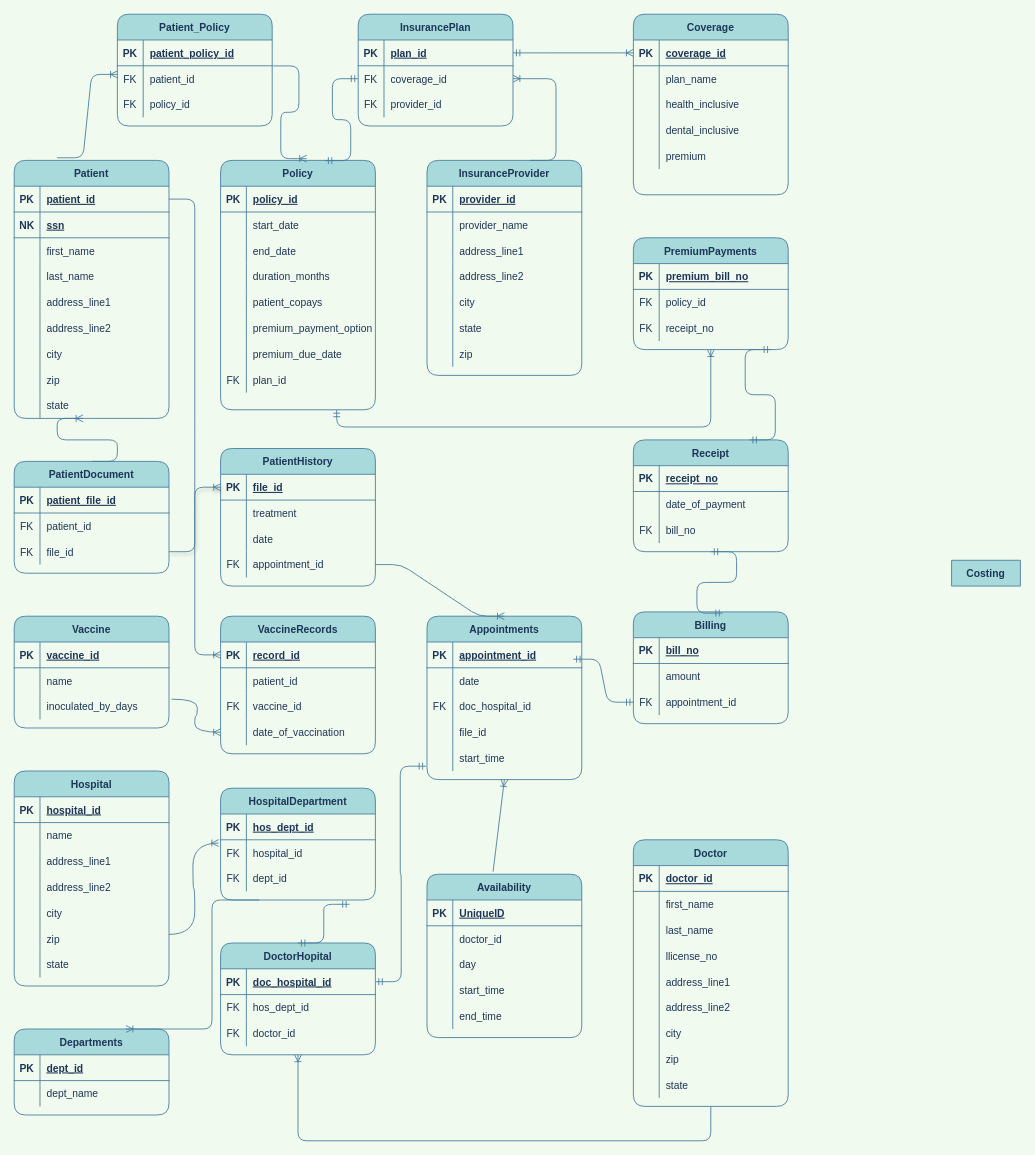
Earlier version of the draw.io diagram Untitled Diagram.drawio (pranotidhabu/java-practice). Source tidied: cells renumbered, new cells numbered last; positions are measured from the earlier drawing's top-left corner, leaving out a move shared by most shapes. Both pictures are drawn from the tidied source at 86%, with x=0, y=0 at pixel (14, 14).
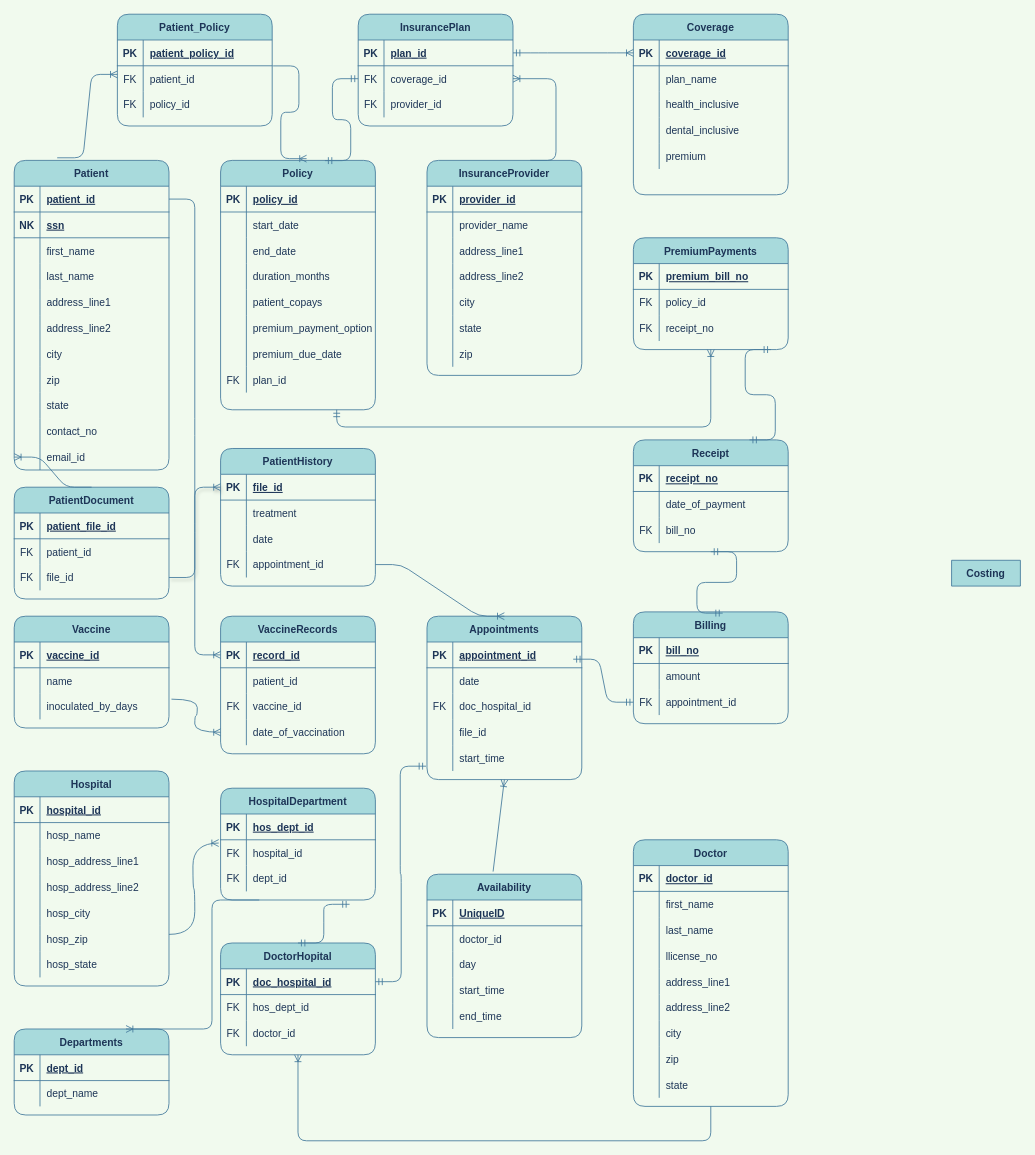
The same diagram, later.

Unchanged cells that the change refers to:
```xml
<mxCell id="210" style="shape=tableRow;horizontal=0;startSize=0;swimlaneHead=0;swimlaneBody=0;fillColor=none;top=0;left=0;right=0;bottom=0;rounded=1;fontFamily=Helvetica;fontSize=12;fontColor=#1D3557;strokeColor=#457B9D;" parent="206" vertex="1">
  <mxGeometry y="60" width="180" height="30" as="geometry" />
</mxCell>
<mxCell id="213" style="shape=tableRow;horizontal=0;startSize=0;swimlaneHead=0;swimlaneBody=0;fillColor=none;top=0;left=0;right=0;bottom=0;rounded=1;fontFamily=Helvetica;fontSize=12;fontColor=#1D3557;strokeColor=#457B9D;" parent="206" vertex="1">
  <mxGeometry y="90" width="180" height="30" as="geometry" />
</mxCell>
<mxCell id="216" style="shape=tableRow;horizontal=0;startSize=0;swimlaneHead=0;swimlaneBody=0;fillColor=none;top=0;left=0;right=0;bottom=0;rounded=1;fontFamily=Helvetica;fontSize=12;fontColor=#1D3557;strokeColor=#457B9D;" parent="206" vertex="1">
  <mxGeometry y="120" width="180" height="30" as="geometry" />
</mxCell>
<mxCell id="219" style="shape=tableRow;horizontal=0;startSize=0;swimlaneHead=0;swimlaneBody=0;fillColor=none;top=0;left=0;right=0;bottom=0;rounded=1;fontFamily=Helvetica;fontSize=12;fontColor=#1D3557;strokeColor=#457B9D;" parent="206" vertex="1">
  <mxGeometry y="150" width="180" height="30" as="geometry" />
</mxCell>
<mxCell id="222" style="shape=tableRow;horizontal=0;startSize=0;swimlaneHead=0;swimlaneBody=0;fillColor=none;top=0;left=0;right=0;bottom=0;rounded=1;fontFamily=Helvetica;fontSize=12;fontColor=#1D3557;strokeColor=#457B9D;" parent="206" vertex="1">
  <mxGeometry y="180" width="180" height="30" as="geometry" />
</mxCell>
<mxCell id="225" style="shape=tableRow;horizontal=0;startSize=0;swimlaneHead=0;swimlaneBody=0;fillColor=none;top=0;left=0;right=0;bottom=0;rounded=1;fontFamily=Helvetica;fontSize=12;fontColor=#1D3557;strokeColor=#457B9D;" parent="206" vertex="1">
  <mxGeometry y="210" width="180" height="30" as="geometry" />
</mxCell>
```

Change to the diagram source:
```diff
@@
     <mxCell id="2" value="Patient" style="shape=table;startSize=30;childLayout=tableLayout;rowLines=0;fontStyle=1;align=center;fillColor=#A8DADC;strokeColor=#457B9D;fontColor=#1D3557;rounded=1;" parent="1" vertex="1">
-      <mxGeometry y="170" width="180" height="300" as="geometry" />
+      <mxGeometry y="170" width="180" height="360" as="geometry" />
     </mxCell>
@@
+    <mxCell id="320" style="shape=tableRow;horizontal=0;startSize=0;swimlaneHead=0;swimlaneBody=0;fillColor=none;top=0;left=0;right=0;bottom=0;strokeColor=#457B9D;fontColor=#1D3557;rounded=1;" parent="2" vertex="1">
+      <mxGeometry y="300" width="180" height="30" as="geometry" />
+    </mxCell>
+    <mxCell id="321" style="shape=partialRectangle;fillColor=none;top=0;left=0;bottom=0;right=0;overflow=hidden;strokeColor=#457B9D;fontColor=#1D3557;rounded=1;" parent="320" vertex="1">
+      <mxGeometry width="30" height="30" as="geometry" />
+    </mxCell>
+    <mxCell id="322" value="contact_no" style="shape=partialRectangle;fillColor=none;top=0;left=0;bottom=0;right=0;align=left;spacingLeft=6;overflow=hidden;strokeColor=#457B9D;fontColor=#1D3557;rounded=1;" parent="320" vertex="1">
+      <mxGeometry x="30" width="150" height="30" as="geometry" />
+    </mxCell>
+    <mxCell id="323" style="shape=tableRow;horizontal=0;startSize=0;swimlaneHead=0;swimlaneBody=0;fillColor=none;points=[[0,0.5],[1,0.5]];portConstraint=eastwest;top=0;left=0;right=0;bottom=0;strokeColor=#457B9D;fontColor=#1D3557;rounded=1;" parent="2" vertex="1">
+      <mxGeometry y="330" width="180" height="30" as="geometry" />
+    </mxCell>
+    <mxCell id="324" style="shape=partialRectangle;fillColor=none;top=0;left=0;bottom=0;right=0;overflow=hidden;strokeColor=#457B9D;fontColor=#1D3557;rounded=1;" parent="323" vertex="1">
+      <mxGeometry width="30" height="30" as="geometry" />
+    </mxCell>
+    <mxCell id="325" value="email_id" style="shape=partialRectangle;fillColor=none;top=0;left=0;bottom=0;right=0;align=left;spacingLeft=6;overflow=hidden;strokeColor=#457B9D;fontColor=#1D3557;rounded=1;" parent="323" vertex="1">
+      <mxGeometry x="30" width="150" height="30" as="geometry" />
+    </mxCell>
@@
     <mxCell id="123" value="PatientDocument" style="shape=table;startSize=30;childLayout=tableLayout;rowLines=0;fontStyle=1;align=center;fillColor=#A8DADC;strokeColor=#457B9D;fontColor=#1D3557;rounded=1;" parent="1" vertex="1">
-      <mxGeometry y="520" width="180" height="130" as="geometry" />
+      <mxGeometry y="550" width="180" height="130" as="geometry" />
     </mxCell>
@@
-    <mxCell id="212" value="name" style="shape=partialRectangle;fillColor=none;top=0;left=0;bottom=0;right=0;align=left;spacingLeft=6;overflow=hidden;rounded=1;fontFamily=Helvetica;fontSize=12;fontColor=#1D3557;startSize=30;strokeColor=#457B9D;" parent="210" vertex="1">
+    <mxCell id="212" value="hosp_name" style="shape=partialRectangle;fillColor=none;top=0;left=0;bottom=0;right=0;align=left;spacingLeft=6;overflow=hidden;rounded=1;fontFamily=Helvetica;fontSize=12;fontColor=#1D3557;startSize=30;strokeColor=#457B9D;" parent="210" vertex="1">
       <mxGeometry x="30" width="150" height="30" as="geometry" />
     </mxCell>
@@
-    <mxCell id="215" value="address_line1" style="shape=partialRectangle;fillColor=none;top=0;left=0;bottom=0;right=0;align=left;spacingLeft=6;overflow=hidden;rounded=1;fontFamily=Helvetica;fontSize=12;fontColor=#1D3557;startSize=30;strokeColor=#457B9D;" parent="213" vertex="1">
+    <mxCell id="215" value="hosp_address_line1" style="shape=partialRectangle;fillColor=none;top=0;left=0;bottom=0;right=0;align=left;spacingLeft=6;overflow=hidden;rounded=1;fontFamily=Helvetica;fontSize=12;fontColor=#1D3557;startSize=30;strokeColor=#457B9D;" parent="213" vertex="1">
       <mxGeometry x="30" width="150" height="30" as="geometry" />
     </mxCell>
@@
-    <mxCell id="218" value="address_line2" style="shape=partialRectangle;fillColor=none;top=0;left=0;bottom=0;right=0;align=left;spacingLeft=6;overflow=hidden;rounded=1;fontFamily=Helvetica;fontSize=12;fontColor=#1D3557;startSize=30;strokeColor=#457B9D;" parent="216" vertex="1">
+    <mxCell id="218" value="hosp_address_line2" style="shape=partialRectangle;fillColor=none;top=0;left=0;bottom=0;right=0;align=left;spacingLeft=6;overflow=hidden;rounded=1;fontFamily=Helvetica;fontSize=12;fontColor=#1D3557;startSize=30;strokeColor=#457B9D;" parent="216" vertex="1">
       <mxGeometry x="30" width="150" height="30" as="geometry" />
     </mxCell>
@@
-    <mxCell id="221" value="city" style="shape=partialRectangle;fillColor=none;top=0;left=0;bottom=0;right=0;align=left;spacingLeft=6;overflow=hidden;rounded=1;fontFamily=Helvetica;fontSize=12;fontColor=#1D3557;startSize=30;strokeColor=#457B9D;" parent="219" vertex="1">
+    <mxCell id="221" value="hosp_city" style="shape=partialRectangle;fillColor=none;top=0;left=0;bottom=0;right=0;align=left;spacingLeft=6;overflow=hidden;rounded=1;fontFamily=Helvetica;fontSize=12;fontColor=#1D3557;startSize=30;strokeColor=#457B9D;" parent="219" vertex="1">
       <mxGeometry x="30" width="150" height="30" as="geometry" />
     </mxCell>
@@
-    <mxCell id="224" value="zip" style="shape=partialRectangle;fillColor=none;top=0;left=0;bottom=0;right=0;align=left;spacingLeft=6;overflow=hidden;rounded=1;fontFamily=Helvetica;fontSize=12;fontColor=#1D3557;startSize=30;strokeColor=#457B9D;" parent="222" vertex="1">
+    <mxCell id="224" value="hosp_zip" style="shape=partialRectangle;fillColor=none;top=0;left=0;bottom=0;right=0;align=left;spacingLeft=6;overflow=hidden;rounded=1;fontFamily=Helvetica;fontSize=12;fontColor=#1D3557;startSize=30;strokeColor=#457B9D;" parent="222" vertex="1">
       <mxGeometry x="30" width="150" height="30" as="geometry" />
     </mxCell>
@@
-    <mxCell id="227" value="state" style="shape=partialRectangle;fillColor=none;top=0;left=0;bottom=0;right=0;align=left;spacingLeft=6;overflow=hidden;rounded=1;fontFamily=Helvetica;fontSize=12;fontColor=#1D3557;startSize=30;strokeColor=#457B9D;" parent="225" vertex="1">
+    <mxCell id="227" value="hosp_state" style="shape=partialRectangle;fillColor=none;top=0;left=0;bottom=0;right=0;align=left;spacingLeft=6;overflow=hidden;rounded=1;fontFamily=Helvetica;fontSize=12;fontColor=#1D3557;startSize=30;strokeColor=#457B9D;" parent="225" vertex="1">
       <mxGeometry x="30" width="150" height="30" as="geometry" />
     </mxCell>
@@
-    <mxCell id="300" style="edgeStyle=entityRelationEdgeStyle;fontSize=12;html=1;endArrow=ERoneToMany;rounded=1;fontColor=#1D3557;strokeColor=#457B9D;fillColor=#A8DADC;curved=0;exitX=0.5;exitY=0;exitDx=0;exitDy=0;" parent="1" edge="1" source="123">
-      <mxGeometry relative="1" as="geometry">
-        <mxPoint x="80" y="470" as="targetPoint" />
-      </mxGeometry>
+    <mxCell id="300" style="edgeStyle=entityRelationEdgeStyle;fontSize=12;html=1;endArrow=ERoneToMany;rounded=1;fontColor=#1D3557;strokeColor=#457B9D;fillColor=#A8DADC;curved=0;exitX=0.5;exitY=0;exitDx=0;exitDy=0;entryX=0;entryY=0.5;entryDx=0;entryDy=0;" parent="1" edge="1" source="123" target="323">
+      <mxGeometry relative="1" as="geometry" />
     </mxCell>
```
